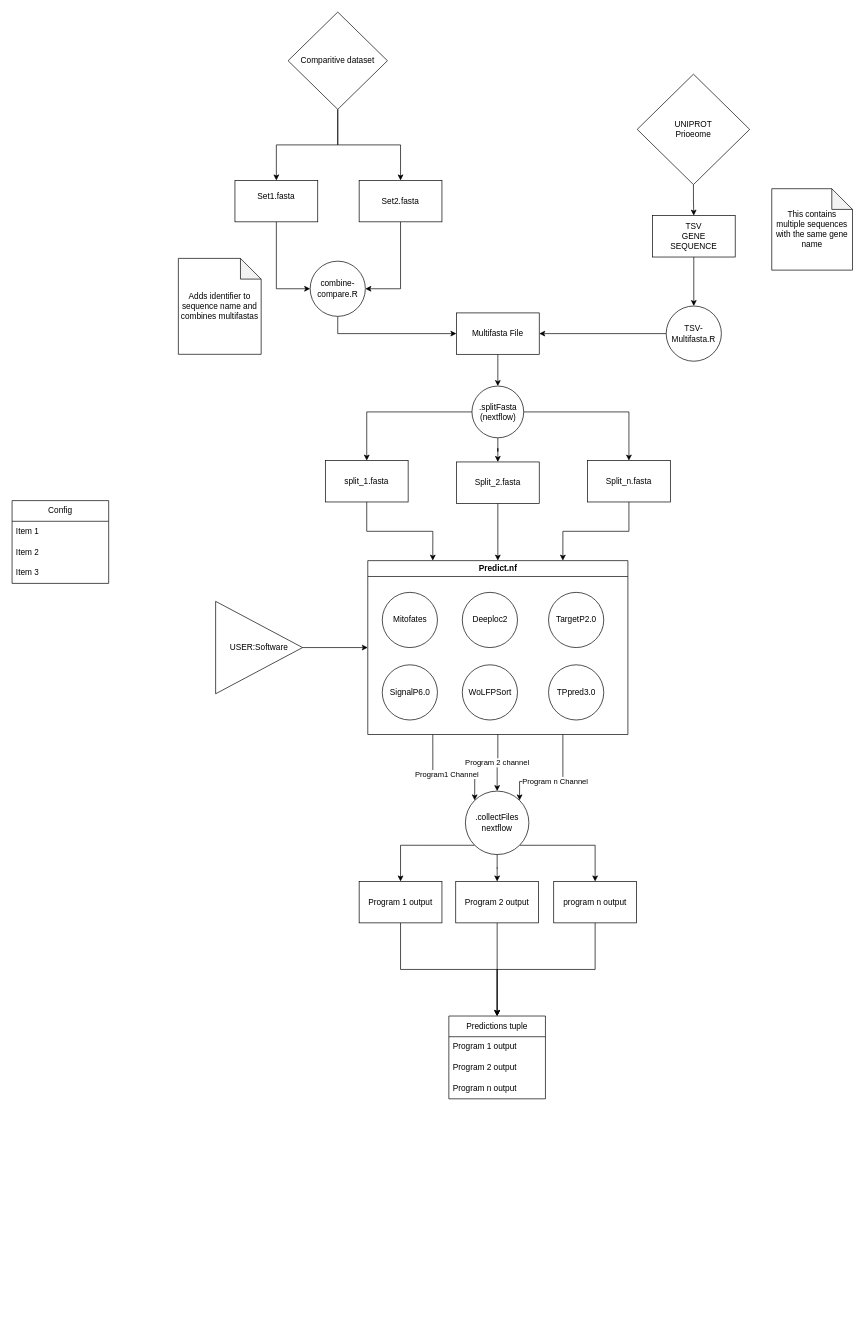
Before: Worfklow_Diagram.drawio in k-meiklejohn/changeloc, a draw.io diagram. Source tidied: cells renumbered, new cells numbered last; positions are measured from the earlier drawing's top-left corner, leaving out a move shared by most shapes. Both pictures are drawn from the tidied source at 69%, with x=0, y=0 at pixel (12, 12).
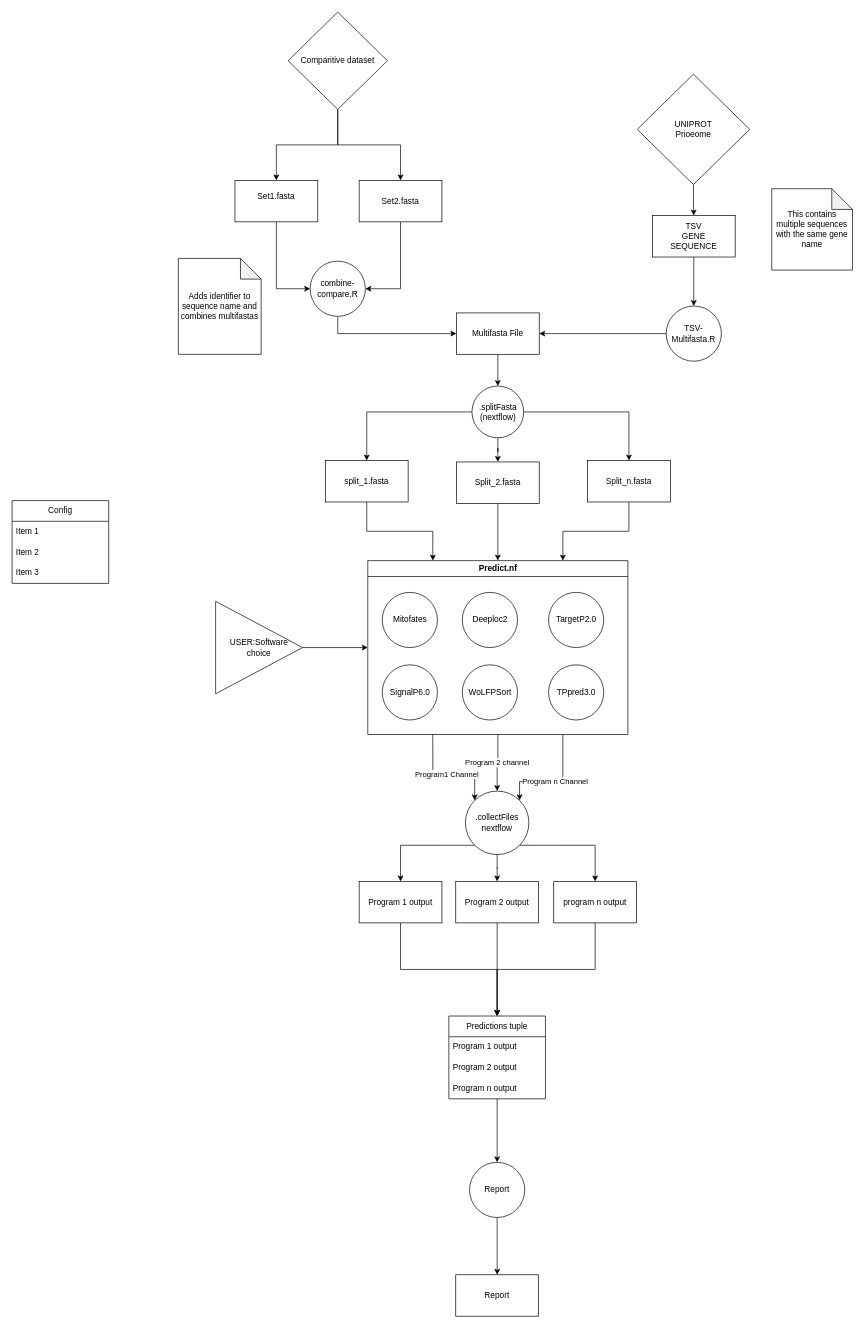
The same diagram, later.

Unchanged cells that the change refers to:
```xml
<mxCell id="57" value="Predictions tuple" style="swimlane;fontStyle=0;horizontal=1;startSize=30;whiteSpace=wrap;html=1;" parent="1" vertex="1">
  <mxGeometry x="633" y="1455" width="140" height="120" as="geometry" />
</mxCell>
```

The edit, as a diff of the source:
```diff
@@
-    <mxCell id="46" value="USER:Software" style="triangle;whiteSpace=wrap;html=1;" parent="1" vertex="1">
+    <mxCell id="46" value="&lt;div&gt;USER:Software&lt;/div&gt;&lt;div&gt;choice&lt;br&gt;&lt;/div&gt;" style="triangle;whiteSpace=wrap;html=1;" parent="1" vertex="1">
       <mxGeometry x="295" y="854" width="126" height="134" as="geometry" />
     </mxCell>
@@
+    <mxCell id="61" style="edgeStyle=orthogonalEdgeStyle;rounded=0;jettySize=auto;html=1;entryX=0.5;entryY=0;entryDx=0;entryDy=0;" parent="1" edge="1" source="57" target="63">
+      <mxGeometry relative="1" as="geometry" />
+    </mxCell>
@@
+    <mxCell id="62" style="edgeStyle=orthogonalEdgeStyle;rounded=0;jettySize=auto;html=1;" parent="1" edge="1" source="63" target="64">
+      <mxGeometry relative="1" as="geometry" />
+    </mxCell>
+    <mxCell id="63" value="Report" style="ellipse;whiteSpace=wrap;html=1;" parent="1" vertex="1">
+      <mxGeometry x="663" y="1667" width="80" height="80" as="geometry" />
+    </mxCell>
+    <mxCell id="64" value="Report" style="rounded=0;whiteSpace=wrap;html=1;" parent="1" vertex="1">
+      <mxGeometry x="643" y="1830" width="120" height="60" as="geometry" />
+    </mxCell>
```
